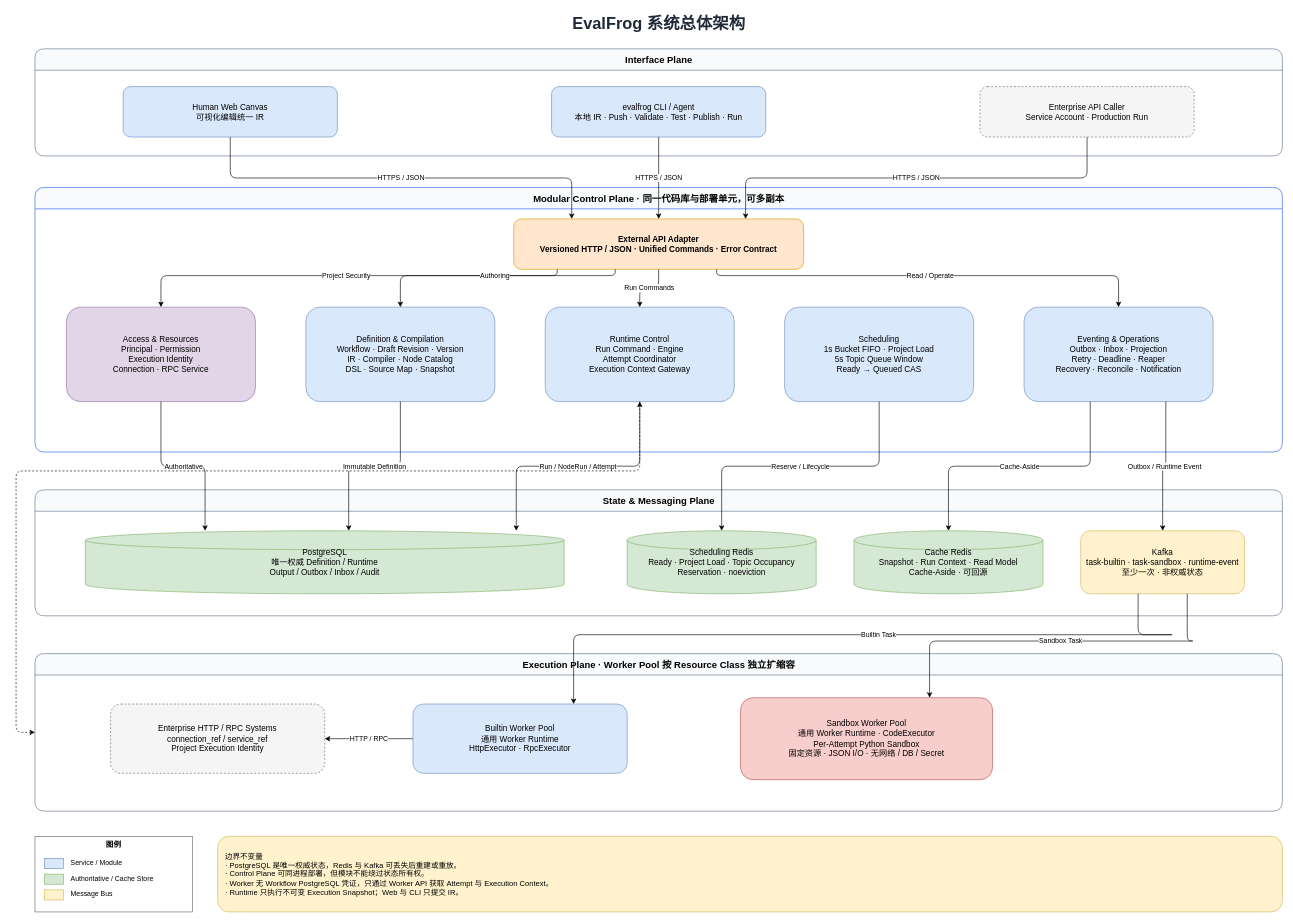
uuforeverr/evalfrog keeps this draw.io diagram as docs/architecture/EvalFrog_系统架构.drawio. Above is the earlier version. Source tidied: cells renumbered, new cells numbered last; positions are measured from the earlier drawing's top-left corner, leaving out a move shared by most shapes. Both pictures are drawn from the tidied source at 63%, with x=0, y=0 at pixel (16, 11).
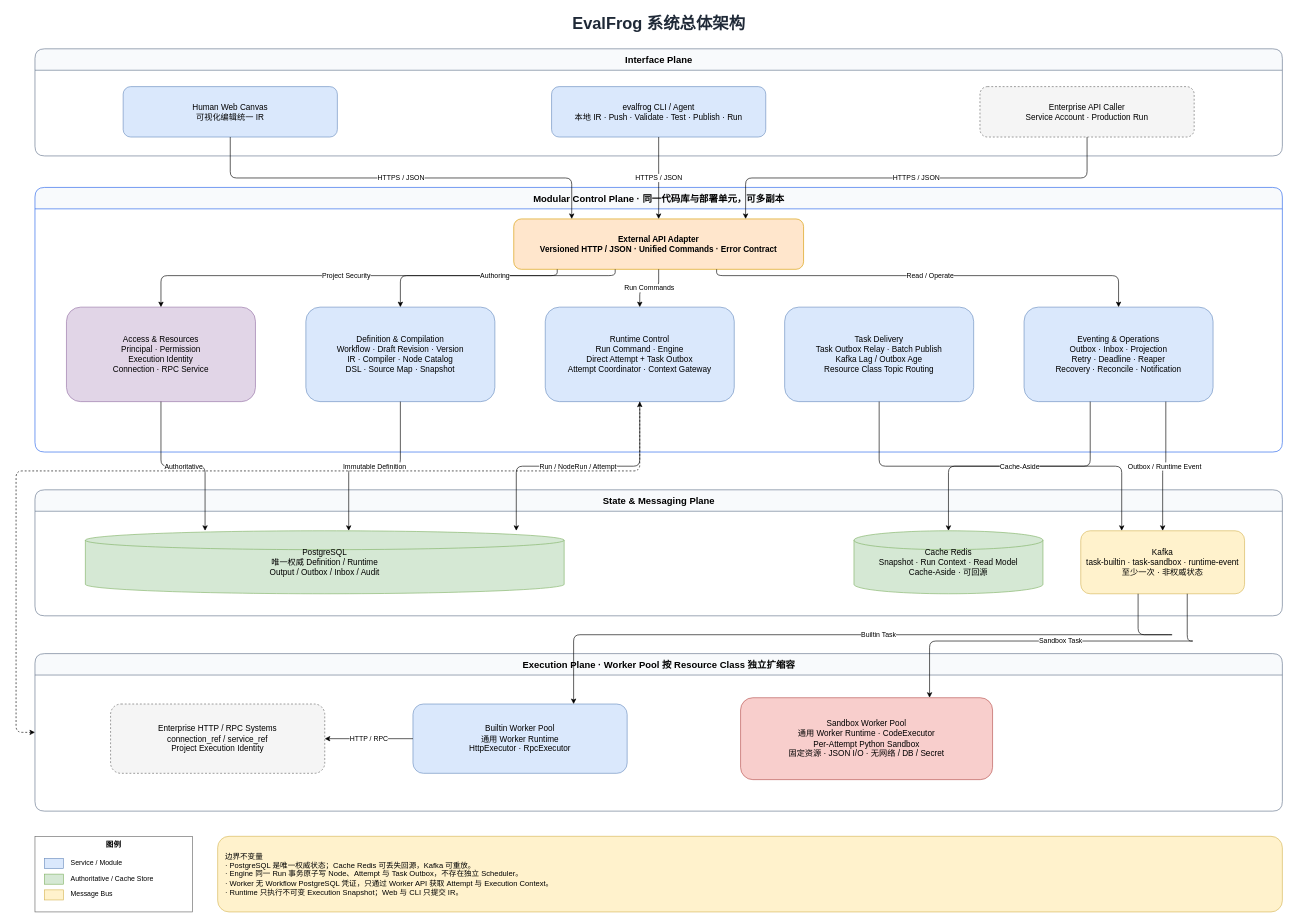
The same diagram, later.

The change refers to these unchanged cells:
```xml
<mxCell id="7" value="Modular Control Plane  ·  同一代码库与部署单元，可多副本" style="swimlane;startSize=34;horizontal=1;html=1;rounded=1;fillColor=#f8fafc;strokeColor=#2563eb;fontFamily=Helvetica;fontSize=15;fontStyle=1;" parent="1" vertex="1">
  <mxGeometry x="30" y="280" width="1980" height="420" as="geometry" />
</mxCell>
<mxCell id="14" value="State &amp; Messaging Plane" style="swimlane;startSize=34;horizontal=1;html=1;rounded=1;fillColor=#f8fafc;strokeColor=#64748b;fontFamily=Helvetica;fontSize=15;fontStyle=1;" parent="1" vertex="1">
  <mxGeometry x="30" y="760" width="1980" height="200" as="geometry" />
</mxCell>
<mxCell id="18" value="Kafka&#10;task-builtin · task-sandbox · runtime-event&#10;至少一次 · 非权威状态" style="rounded=1;whiteSpace=wrap;html=1;fillColor=#fff2cc;strokeColor=#d6b656;fontFamily=Helvetica;fontSize=13;" parent="14" vertex="1">
  <mxGeometry x="1660" y="65" width="260" height="100" as="geometry" />
</mxCell>
```

What changed in the source:
```diff
@@
-    <mxCell id="11" value="Runtime Control&#10;Run Command · Engine&#10;Attempt Coordinator&#10;Execution Context Gateway" style="rounded=1;whiteSpace=wrap;html=1;fillColor=#dae8fc;strokeColor=#6c8ebf;fontFamily=Helvetica;fontSize=13;" parent="7" vertex="1">
+    <mxCell id="11" value="Runtime Control&#10;Run Command · Engine&#10;Direct Attempt + Task Outbox&#10;Attempt Coordinator · Context Gateway" style="rounded=1;whiteSpace=wrap;html=1;fillColor=#dae8fc;strokeColor=#6c8ebf;fontFamily=Helvetica;fontSize=13;" parent="7" vertex="1">
       <mxGeometry x="810" y="190" width="300" height="150" as="geometry" />
     </mxCell>
-    <mxCell id="12" value="Scheduling&#10;1s Bucket FIFO · Project Load&#10;5s Topic Queue Window&#10;Ready → Queued CAS" style="rounded=1;whiteSpace=wrap;html=1;fillColor=#dae8fc;strokeColor=#6c8ebf;fontFamily=Helvetica;fontSize=13;" parent="7" vertex="1">
+    <mxCell id="12" value="Task Delivery&#10;Task Outbox Relay · Batch Publish&#10;Kafka Lag / Outbox Age&#10;Resource Class Topic Routing" style="rounded=1;whiteSpace=wrap;html=1;fillColor=#dae8fc;strokeColor=#6c8ebf;fontFamily=Helvetica;fontSize=13;" parent="7" vertex="1">
       <mxGeometry x="1190" y="190" width="300" height="150" as="geometry" />
     </mxCell>
@@
-    <mxCell id="16" value="Scheduling Redis&#10;Ready · Project Load · Topic Occupancy&#10;Reservation · noeviction" style="shape=cylinder3;whiteSpace=wrap;html=1;fillColor=#d5e8d4;strokeColor=#82b366;fontFamily=Helvetica;fontSize=13;" parent="14" vertex="1">
-      <mxGeometry x="940" y="65" width="300" height="100" as="geometry" />
-    </mxCell>
@@
-    <mxCell id="30" value="边界不变量&#10;· PostgreSQL 是唯一权威状态，Redis 与 Kafka 可丢失后重建或重放。&#10;· Control Plane 可同进程部署，但模块不能绕过状态所有权。&#10;· Worker 无 Workflow PostgreSQL 凭证，只通过 Worker API 获取 Attempt 与 Execution Context。&#10;· Runtime 只执行不可变 Execution Snapshot；Web 与 CLI 只提交 IR。" style="rounded=1;whiteSpace=wrap;html=1;fillColor=#fff2cc;strokeColor=#d6b656;align=left;verticalAlign=middle;spacing=12;fontFamily=Helvetica;fontSize=12;" parent="1" vertex="1">
+    <mxCell id="30" value="边界不变量&#10;· PostgreSQL 是唯一权威状态；Cache Redis 可丢失回源，Kafka 可重放。&#10;· Engine 同一 Run 事务原子写 Node、Attempt 与 Task Outbox，不存在独立 Scheduler。&#10;· Worker 无 Workflow PostgreSQL 凭证，只通过 Worker API 获取 Attempt 与 Execution Context。&#10;· Runtime 只执行不可变 Execution Snapshot；Web 与 CLI 只提交 IR。" style="rounded=1;whiteSpace=wrap;html=1;fillColor=#fff2cc;strokeColor=#d6b656;align=left;verticalAlign=middle;spacing=12;fontFamily=Helvetica;fontSize=12;" parent="1" vertex="1">
       <mxGeometry x="320" y="1310" width="1690" height="120" as="geometry" />
     </mxCell>
@@
-    <mxCell id="41" value="Reserve / Lifecycle" style="edgeStyle=orthogonalEdgeStyle;rounded=1;jettySize=auto;html=1;endArrow=classic;endFill=1;labelBackgroundColor=#ffffff;fontSize=11;exitX=0.5;exitY=1;entryX=0.5;entryY=0;exitDx=0;exitDy=0;entryDx=0;entryDy=0;" parent="1" edge="1" source="12" target="16">
+    <mxCell id="41" style="edgeStyle=orthogonalEdgeStyle;rounded=1;jettySize=auto;html=1;endArrow=classic;endFill=1;labelBackgroundColor=#ffffff;fontSize=11;exitX=0.5;exitY=1;entryX=0.25;entryY=0;exitDx=0;exitDy=0;entryDx=0;entryDy=0;" parent="1" edge="1" source="12" target="18">
       <mxGeometry relative="1" as="geometry" />
     </mxCell>
```
